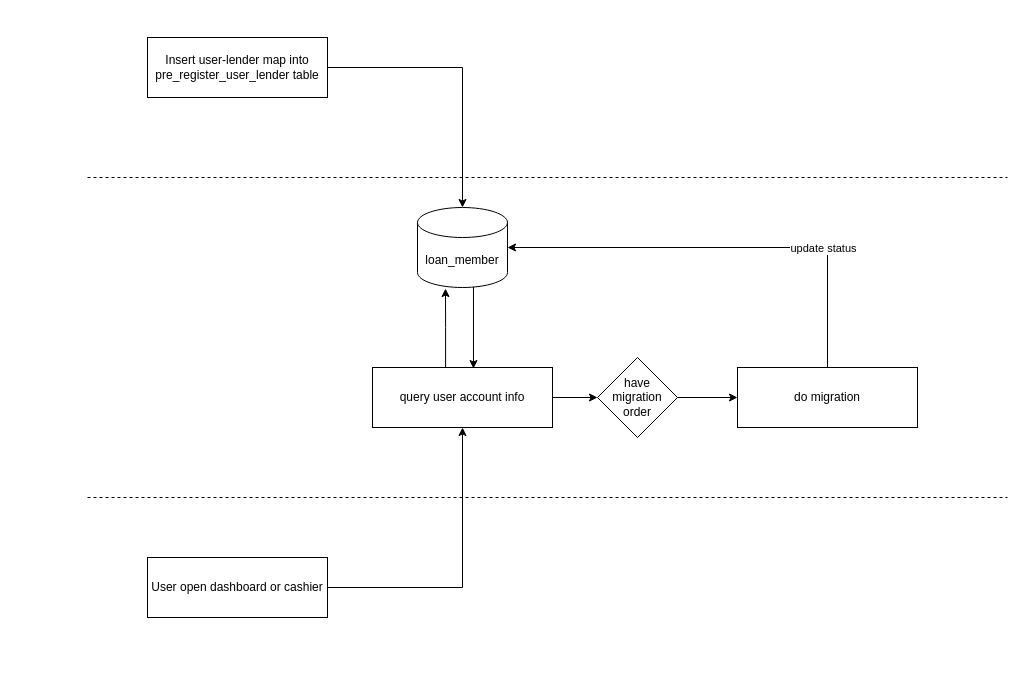
The draw.io diagram page "migration flow" (1 of 2) of multi_lender_migration_sop.drawio in bonggalshn/dna_diagram, before the edit. Source tidied: cells renumbered, new cells numbered last; positions are measured from the earlier drawing's top-left corner, leaving out a move shared by most shapes. Both pictures are drawn from the tidied source at 100%, with x=0, y=0 at pixel (87, 37).
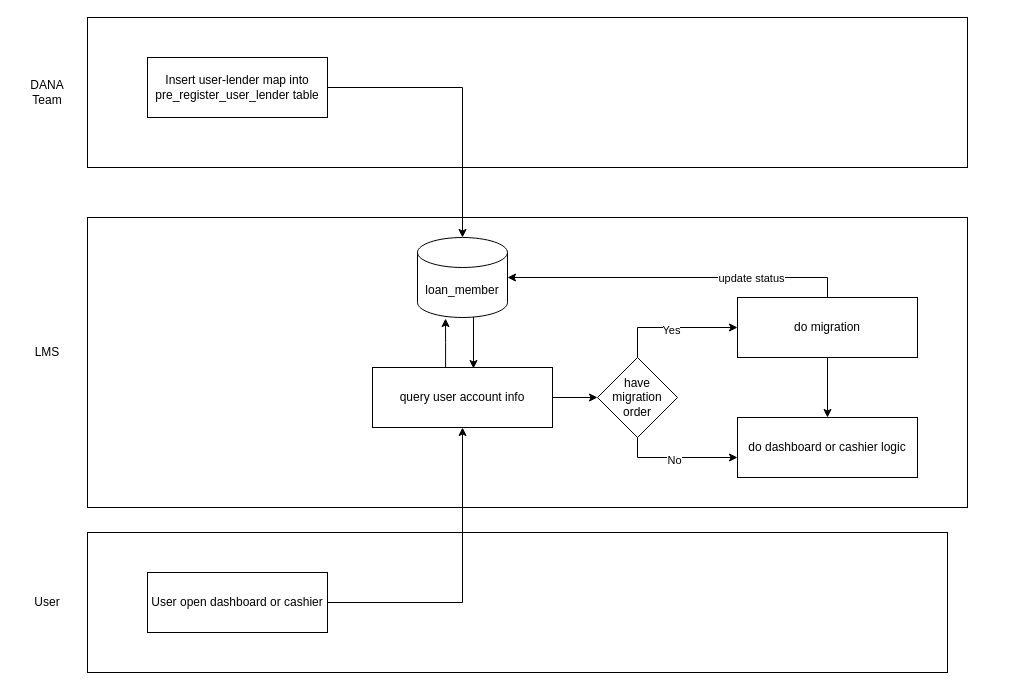
The same page after the edit.

Unchanged cells that the change refers to:
```xml
<mxCell id="15" value="have migration order" style="rhombus;whiteSpace=wrap;html=1;rounded=0;" parent="1" vertex="1">
  <mxGeometry x="510" y="320" width="80" height="80" as="geometry" />
</mxCell>
```

The edit, as a diff of the source:
```diff
@@
+    <mxCell id="18" style="rounded=0;whiteSpace=wrap;html=1;" parent="1" vertex="1">
+      <mxGeometry y="180" width="880" height="290" as="geometry" />
+    </mxCell>
+    <mxCell id="19" style="rounded=0;whiteSpace=wrap;html=1;" parent="1" vertex="1">
+      <mxGeometry y="495" width="860" height="140" as="geometry" />
+    </mxCell>
+    <mxCell id="20" style="rounded=0;whiteSpace=wrap;html=1;" parent="1" vertex="1">
+      <mxGeometry y="-20" width="880" height="150" as="geometry" />
+    </mxCell>
@@
     <mxCell id="3" value="Insert user-lender map into pre_register_user_lender table" style="rounded=0;whiteSpace=wrap;html=1;" parent="1" vertex="1">
-      <mxGeometry x="60" width="180" height="60" as="geometry" />
+      <mxGeometry x="60" y="20" width="180" height="60" as="geometry" />
     </mxCell>
@@
     <mxCell id="5" value="User open dashboard or cashier" style="rounded=0;whiteSpace=wrap;html=1;" parent="1" vertex="1">
-      <mxGeometry x="60" y="520" width="180" height="60" as="geometry" />
+      <mxGeometry x="60" y="535" width="180" height="60" as="geometry" />
     </mxCell>
@@
     <mxCell id="10" value="loan_member" style="shape=cylinder3;whiteSpace=wrap;html=1;boundedLbl=1;backgroundOutline=1;size=15;" parent="1" vertex="1">
-      <mxGeometry x="330" y="170" width="90" height="80" as="geometry" />
+      <mxGeometry x="330" y="200" width="90" height="80" as="geometry" />
     </mxCell>
     <mxCell id="11" style="edgeStyle=orthogonalEdgeStyle;rounded=0;jettySize=auto;html=1;entryX=1;entryY=0.5;entryDx=0;entryDy=0;entryPerimeter=0;exitX=0.5;exitY=0;exitDx=0;exitDy=0;" parent="1" edge="1" source="13" target="10">
       <mxGeometry relative="1" as="geometry">
         <Array as="points">
-          <mxPoint x="740" y="210" />
+          <mxPoint x="740" y="240" />
         </Array>
       </mxGeometry>
     </mxCell>
@@
+    <mxCell id="21" style="edgeStyle=orthogonalEdgeStyle;rounded=0;jettySize=auto;html=1;" parent="1" edge="1" source="13" target="28">
+      <mxGeometry relative="1" as="geometry" />
+    </mxCell>
     <mxCell id="13" value="do migration" style="rounded=0;whiteSpace=wrap;html=1;" parent="1" vertex="1">
-      <mxGeometry x="650" y="330" width="180" height="60" as="geometry" />
+      <mxGeometry x="650" y="260" width="180" height="60" as="geometry" />
     </mxCell>
-    <mxCell id="14" style="edgeStyle=orthogonalEdgeStyle;rounded=0;jettySize=auto;html=1;entryX=0;entryY=0.5;entryDx=0;entryDy=0;" parent="1" edge="1" source="15" target="13">
-      <mxGeometry relative="1" as="geometry" />
+    <mxCell id="14" style="edgeStyle=orthogonalEdgeStyle;rounded=0;jettySize=auto;html=1;entryX=0;entryY=0.5;entryDx=0;entryDy=0;exitX=0.5;exitY=0;exitDx=0;exitDy=0;" parent="1" edge="1" source="15" target="13">
+      <mxGeometry relative="1" as="geometry">
+        <Array as="points">
+          <mxPoint x="550" y="290" />
+        </Array>
+      </mxGeometry>
     </mxCell>
+    <mxCell id="22" value="Yes" style="edgeLabel;html=1;align=center;verticalAlign=middle;" parent="14" vertex="1">
+      <mxGeometry x="-0.04" y="-2" relative="1" as="geometry">
+        <mxPoint x="1" as="offset" />
+      </mxGeometry>
+    </mxCell>
+    <mxCell id="23" style="edgeStyle=orthogonalEdgeStyle;rounded=0;jettySize=auto;html=1;exitX=0.5;exitY=1;exitDx=0;exitDy=0;" parent="1" edge="1" source="15" target="28">
+      <mxGeometry relative="1" as="geometry">
+        <Array as="points">
+          <mxPoint x="550" y="420" />
+        </Array>
+      </mxGeometry>
+    </mxCell>
+    <mxCell id="24" value="No" style="edgeLabel;html=1;align=center;verticalAlign=middle;" parent="23" vertex="1">
+      <mxGeometry x="-0.06" y="-2" relative="1" as="geometry" />
+    </mxCell>
@@
-    <mxCell id="16" style="endArrow=none;dashed=1;html=1;rounded=0;" parent="1" edge="1">
-      <mxGeometry relative="1" as="geometry">
-        <mxPoint y="140" as="sourcePoint" />
-        <mxPoint x="920" y="140" as="targetPoint" />
-      </mxGeometry>
-    </mxCell>
-    <mxCell id="17" style="endArrow=none;dashed=1;html=1;rounded=0;" parent="1" edge="1">
-      <mxGeometry relative="1" as="geometry">
-        <mxPoint y="460" as="sourcePoint" />
-        <mxPoint x="920" y="460" as="targetPoint" />
-      </mxGeometry>
-    </mxCell>
+    <mxCell id="25" value="DANA Team&lt;br&gt;" style="text;html=1;strokeColor=none;fillColor=none;align=center;verticalAlign=middle;whiteSpace=wrap;rounded=0;" parent="1" vertex="1">
+      <mxGeometry x="-70" y="40" width="60" height="30" as="geometry" />
+    </mxCell>
+    <mxCell id="26" value="User" style="text;html=1;strokeColor=none;fillColor=none;align=center;verticalAlign=middle;whiteSpace=wrap;rounded=0;" parent="1" vertex="1">
+      <mxGeometry x="-70" y="550" width="60" height="30" as="geometry" />
+    </mxCell>
+    <mxCell id="27" value="LMS" style="text;html=1;strokeColor=none;fillColor=none;align=center;verticalAlign=middle;whiteSpace=wrap;rounded=0;" parent="1" vertex="1">
+      <mxGeometry x="-70" y="300" width="60" height="30" as="geometry" />
+    </mxCell>
+    <mxCell id="28" value="do dashboard or cashier logic" style="rounded=0;whiteSpace=wrap;html=1;" parent="1" vertex="1">
+      <mxGeometry x="650" y="380" width="180" height="60" as="geometry" />
+    </mxCell>
```
